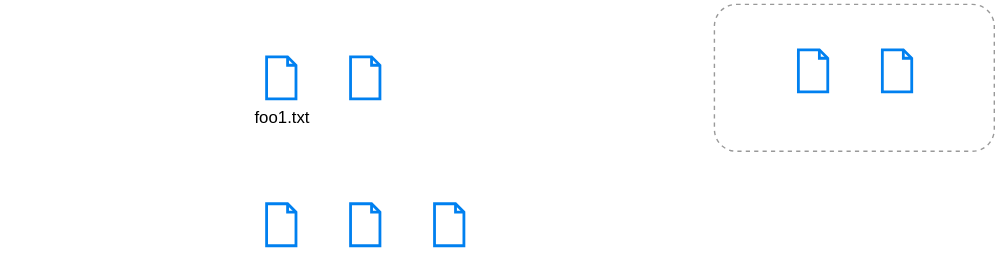
Above: public/drawio/wf_commit.svg in kazuyanagimoto/github-workshop (draw.io), before the change. Source tidied: cells renumbered, new cells last; positions are measured from the earlier drawing's top-left corner, leaving out a move shared by most shapes.
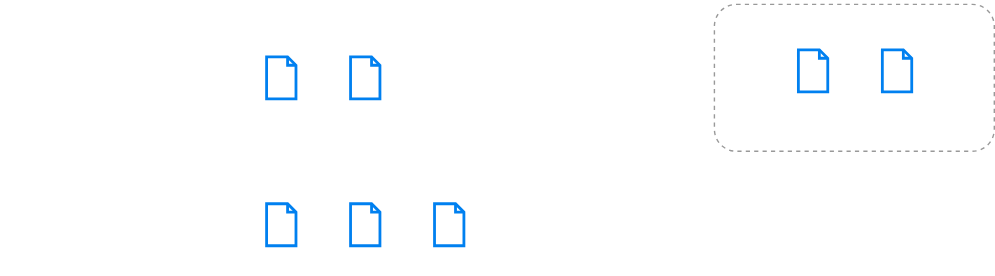
After the commit.

What changed in the source:
```diff
@@ -11,7 +11,7 @@
     <mxCell id="4" value="Stage" style="text;html=1;strokeColor=none;fillColor=none;align=center;verticalAlign=middle;whiteSpace=wrap;rounded=0;labelBackgroundColor=none;fontSize=20;fontColor=#FFFFFF;" parent="1" vertex="1">
       <mxGeometry y="35" width="150" height="40" as="geometry" />
     </mxCell>
-    <mxCell id="5" value="foo1.txt" style="html=1;verticalLabelPosition=bottom;align=center;labelBackgroundColor=none;verticalAlign=top;strokeWidth=2;strokeColor=#0080F0;shadow=0;dashed=0;shape=mxgraph.ios7.icons.document;fillColor=none;" parent="1" vertex="1">
+    <mxCell id="5" value="foo1.txt" style="html=1;verticalLabelPosition=bottom;align=center;labelBackgroundColor=none;verticalAlign=top;strokeWidth=2;strokeColor=#0080F0;shadow=0;dashed=0;shape=mxgraph.ios7.icons.document;fillColor=none;fontColor=#FFFFFF;" parent="1" vertex="1">
       <mxGeometry x="190" y="40" width="21" height="30" as="geometry" />
     </mxCell>
     <mxCell id="6" style="shape=flexArrow;endArrow=classic;html=1;fontSize=20;strokeColor=#FFFFFF;strokeWidth=2;" parent="1" edge="1">
```
